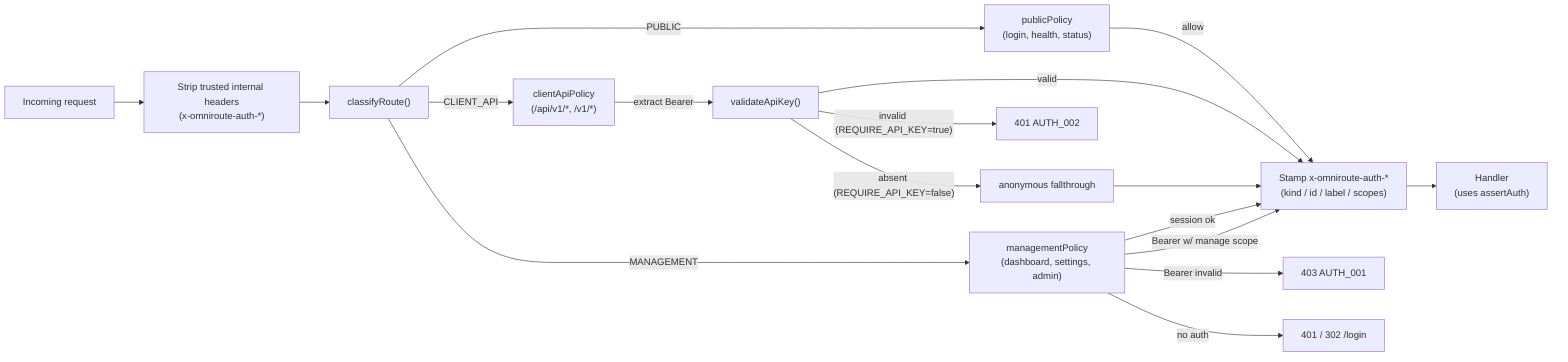
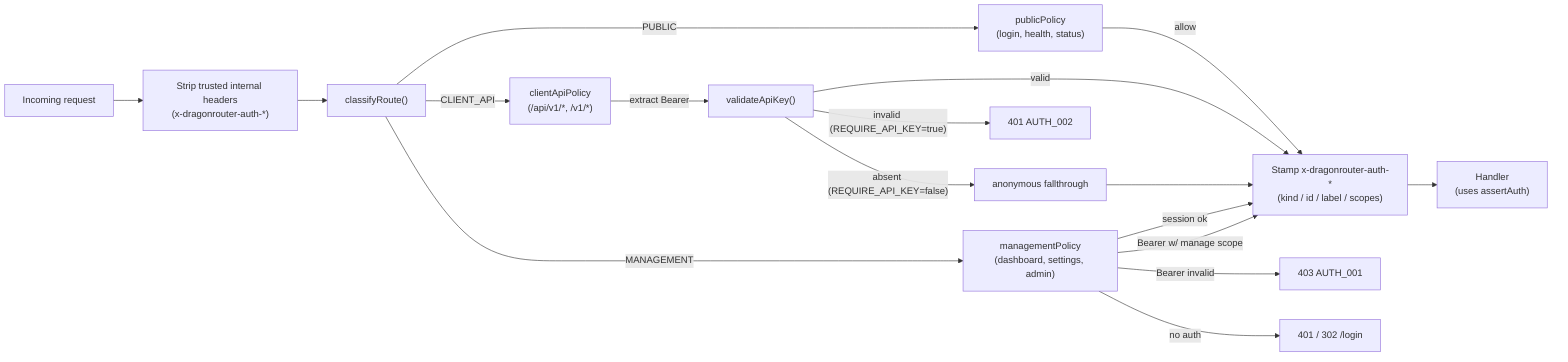
%% AuthZ pipeline (3 route classes + policy evaluation)
%% Reflects: src/middleware.ts, src/server/authz/pipeline.ts,
%%           src/server/authz/policies/{public,clientApi,management}.ts
%% v3.8.0
flowchart LR
-   Req["Incoming request"] --> Strip["Strip trusted internal headers<br/>(x-omniroute-auth-*)"]
+   Req["Incoming request"] --> Strip["Strip trusted internal headers<br/>(x-dragonrouter-auth-*)"]
  Strip --> Classify["classifyRoute()"]
  Classify -->|PUBLIC| PubP["publicPolicy<br/>(login, health, status)"]
  Classify -->|CLIENT_API| CliP["clientApiPolicy<br/>(/api/v1/*, /v1/*)"]
  Classify -->|MANAGEMENT| MgmtP["managementPolicy<br/>(dashboard, settings, admin)"]

-   PubP -->|allow| Stamp["Stamp x-omniroute-auth-*<br/>(kind / id / label / scopes)"]
+   PubP -->|allow| Stamp["Stamp x-dragonrouter-auth-*<br/>(kind / id / label / scopes)"]
  CliP -->|extract Bearer| Validate["validateApiKey()"]
  Validate -->|valid| Stamp
  Validate -->|"invalid (REQUIRE_API_KEY=true)"| Reject401["401 AUTH_002"]
  Validate -->|"absent (REQUIRE_API_KEY=false)"| Anon["anonymous fallthrough"] --> Stamp

  MgmtP -->|session ok| Stamp
  MgmtP -->|Bearer w/ manage scope| Stamp
  MgmtP -->|"Bearer invalid"| Reject403["403 AUTH_001"]
  MgmtP -->|no auth| Reject401Mgmt["401 / 302 /login"]

  Stamp --> Handler["Handler<br/>(uses assertAuth)"]
